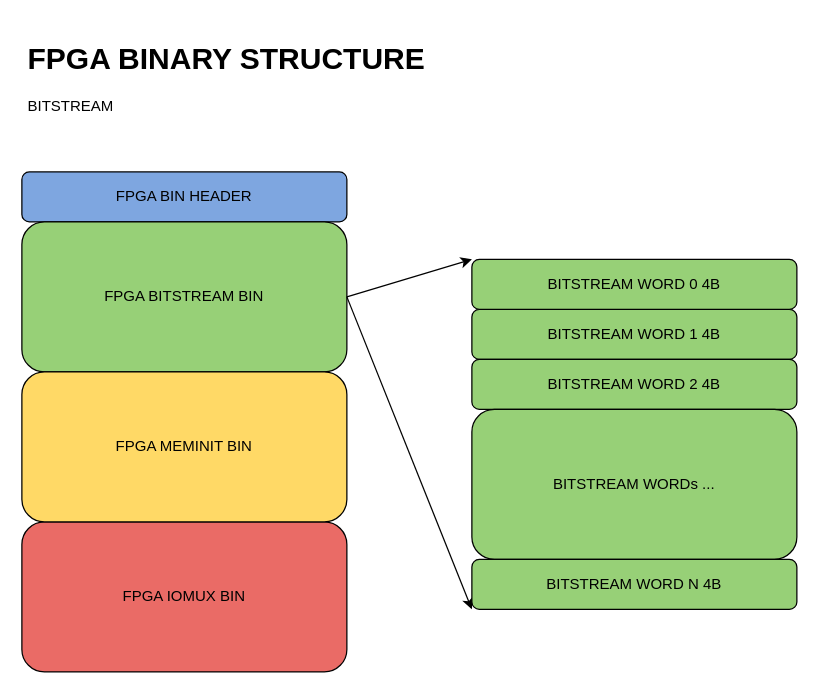
Earlier version of the draw.io diagram page "bitstream" (2 of 4) of qf_apps/qf_bootloader/fpga-bin-structure.drawio (QuickLogic-Corp/qorc-sdk). Source tidied: cells renumbered, new cells numbered last; positions are measured from the earlier drawing's top-left corner, leaving out a move shared by most shapes. Both pictures are drawn from the tidied source at 125%, with x=0, y=0 at pixel (21, 34).
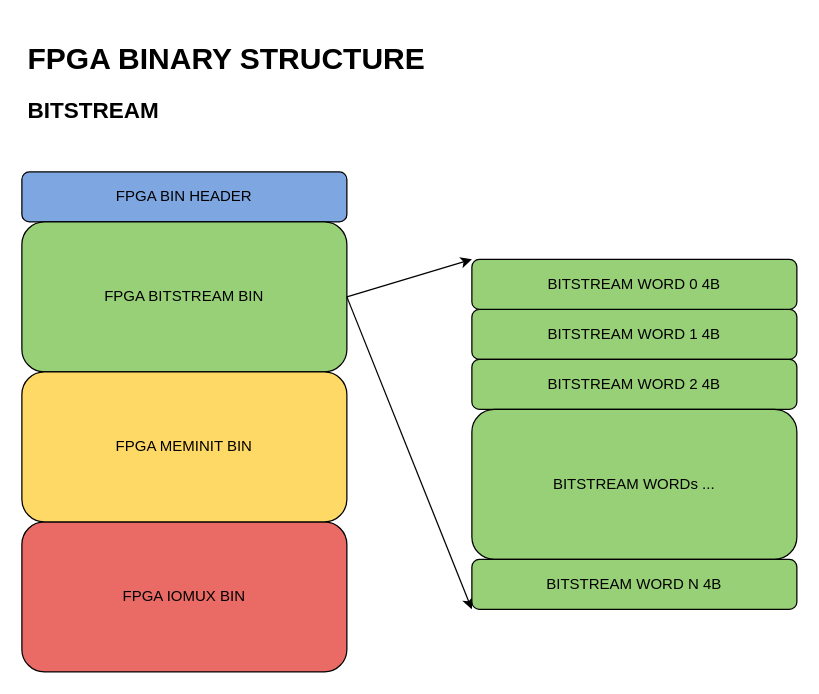
Above is the later version.

Diff of the diagram source:
```diff
@@
 <mxGraphModel background="#ffffff">
   <root>
     <mxCell id="0" />
     <mxCell id="1" parent="0" />
     <mxCell id="2" value="&lt;div&gt;FPGA BIN HEADER&lt;/div&gt;" style="rounded=1;whiteSpace=wrap;html=1;fillColor=#7EA6E0;" parent="1" vertex="1">
       <mxGeometry y="110" width="260" height="40" as="geometry" />
     </mxCell>
     <mxCell id="3" value="&lt;div&gt;FPGA BITSTREAM BIN&lt;br&gt;&lt;/div&gt;" style="rounded=1;whiteSpace=wrap;html=1;fillColor=#97D077;" parent="1" vertex="1">
       <mxGeometry y="150" width="260" height="120" as="geometry" />
     </mxCell>
     <mxCell id="4" value="&lt;div&gt;FPGA IOMUX BIN&lt;br&gt;&lt;/div&gt;" style="rounded=1;whiteSpace=wrap;html=1;fillColor=#EA6B66;" parent="1" vertex="1">
       <mxGeometry y="390" width="260" height="120" as="geometry" />
     </mxCell>
     <mxCell id="5" value="&lt;div&gt;FPGA MEMINIT BIN&lt;br&gt;&lt;/div&gt;" style="rounded=1;whiteSpace=wrap;html=1;fillColor=#FFD966;" parent="1" vertex="1">
       <mxGeometry y="270" width="260" height="120" as="geometry" />
     </mxCell>
     <mxCell id="6" value="BITSTREAM WORD 1 4B" style="rounded=1;whiteSpace=wrap;html=1;fillColor=#97D077;" parent="1" vertex="1">
       <mxGeometry x="360" y="220" width="260" height="40" as="geometry" />
     </mxCell>
     <mxCell id="7" value="BITSTREAM WORD 2 4B" style="rounded=1;whiteSpace=wrap;html=1;fillColor=#97D077;" parent="1" vertex="1">
       <mxGeometry x="360" y="260" width="260" height="40" as="geometry" />
     </mxCell>
     <mxCell id="8" style="endArrow=classic;html=1;exitX=1;exitY=0.5;exitDx=0;exitDy=0;entryX=0;entryY=0;entryDx=0;entryDy=0;" parent="1" edge="1" source="3">
       <mxGeometry relative="1" as="geometry">
         <mxPoint x="360" y="180" as="targetPoint" />
       </mxGeometry>
     </mxCell>
     <mxCell id="9" style="endArrow=classic;html=1;exitX=1;exitY=0.5;exitDx=0;exitDy=0;entryX=0;entryY=1;entryDx=0;entryDy=0;" parent="1" edge="1" source="3">
       <mxGeometry relative="1" as="geometry">
         <mxPoint x="360" y="460" as="targetPoint" />
       </mxGeometry>
     </mxCell>
-    <mxCell id="10" value="&lt;h1&gt;FPGA BINARY STRUCTURE&lt;br&gt;&lt;/h1&gt;&lt;p&gt;BITSTREAM&lt;br&gt;&lt;/p&gt;" style="text;html=1;strokeColor=none;fillColor=none;spacing=5;spacingTop=-20;whiteSpace=wrap;overflow=hidden;rounded=0;" parent="1" vertex="1">
+    <mxCell id="10" value="&lt;h1&gt;FPGA BINARY STRUCTURE&lt;br&gt;&lt;/h1&gt;&lt;p&gt;&lt;b&gt;&lt;font style=&quot;font-size: 18px&quot;&gt;BITSTREAM&lt;/font&gt;&lt;/b&gt;&lt;br&gt;&lt;/p&gt;" style="text;html=1;strokeColor=none;fillColor=none;spacing=5;spacingTop=-20;whiteSpace=wrap;overflow=hidden;rounded=0;" parent="1" vertex="1">
       <mxGeometry width="330" height="80" as="geometry" />
     </mxCell>
     <mxCell id="11" value="BITSTREAM WORD 0 4B" style="rounded=1;whiteSpace=wrap;html=1;fillColor=#97D077;" parent="1" vertex="1">
       <mxGeometry x="360" y="180" width="260" height="40" as="geometry" />
     </mxCell>
     <mxCell id="12" value="BITSTREAM WORDs ..." style="rounded=1;whiteSpace=wrap;html=1;fillColor=#97D077;" parent="1" vertex="1">
       <mxGeometry x="360" y="300" width="260" height="120" as="geometry" />
     </mxCell>
     <mxCell id="13" value="BITSTREAM WORD N 4B" style="rounded=1;whiteSpace=wrap;html=1;fillColor=#97D077;" parent="1" vertex="1">
       <mxGeometry x="360" y="420" width="260" height="40" as="geometry" />
     </mxCell>
   </root>
 </mxGraphModel>
```
